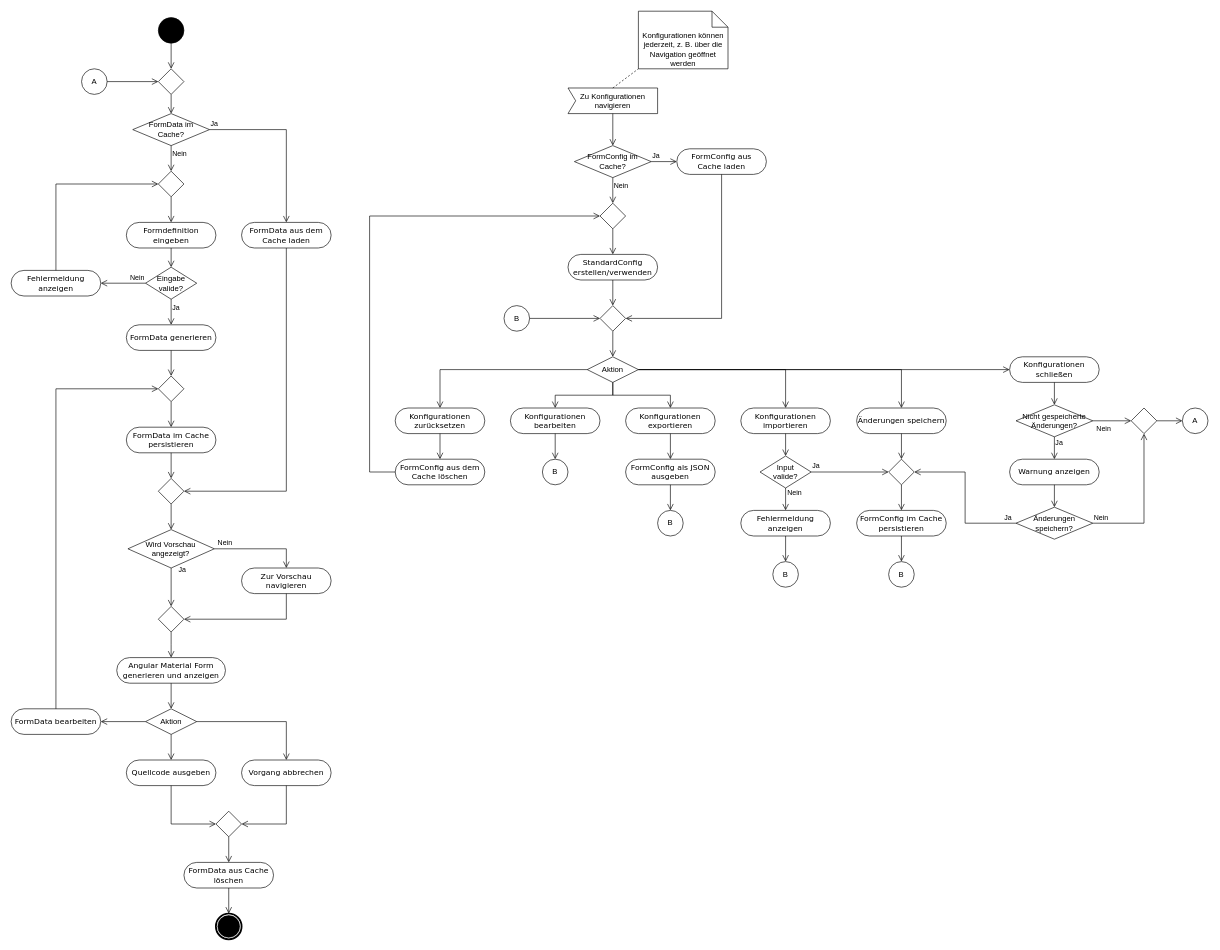
This is resources/Aktivitätsdiagramm.drawio from IfSince/major-project-resources, a draw.io file, before an edit. Source tidied: cells renumbered, new cells numbered last; positions are measured from the earlier drawing's top-left corner, leaving out a move shared by most shapes. Both pictures are drawn from the tidied source at 64%, with x=0, y=0 at pixel (11, 11).
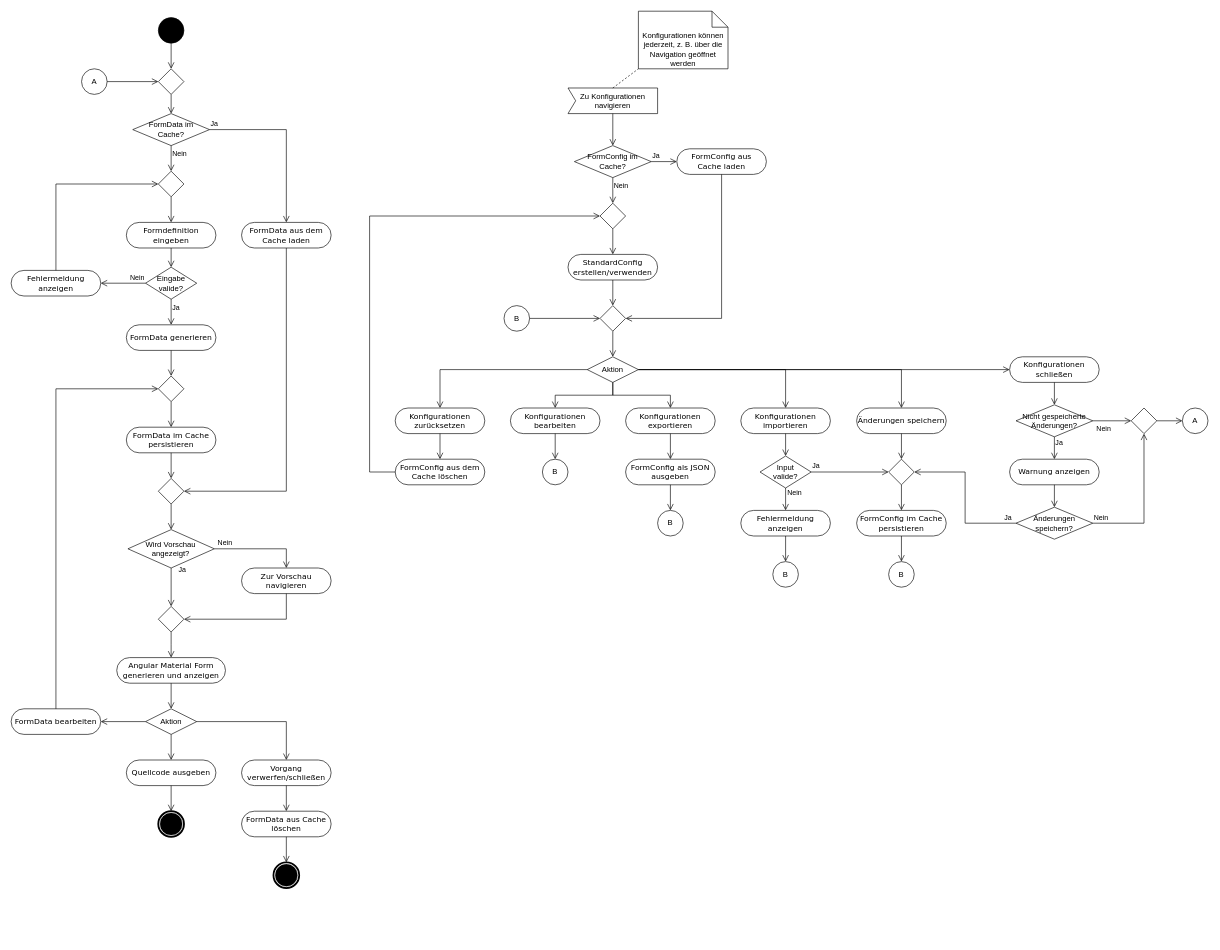
After the change.

The change refers to these unchanged cells:
```xml
<mxCell id="23" value="Quellcode ausgeben" style="rounded=1;whiteSpace=wrap;html=1;shadow=0;comic=0;labelBackgroundColor=none;strokeWidth=1;fontFamily=Verdana;fontSize=12;align=center;arcSize=50;" parent="1" vertex="1">
  <mxGeometry x="179.9" y="1170" width="140" height="40" as="geometry" />
</mxCell>
```

What changed in the source:
```diff
@@
-    <mxCell id="24" value="Vorgang abbrechen" style="rounded=1;whiteSpace=wrap;html=1;shadow=0;comic=0;labelBackgroundColor=none;strokeWidth=1;fontFamily=Verdana;fontSize=12;align=center;arcSize=50;" parent="1" vertex="1">
+    <mxCell id="24" value="Vorgang verwerfen/schließen" style="rounded=1;whiteSpace=wrap;html=1;shadow=0;comic=0;labelBackgroundColor=none;strokeWidth=1;fontFamily=Verdana;fontSize=12;align=center;arcSize=50;" parent="1" vertex="1">
       <mxGeometry x="359.9" y="1170" width="140" height="40" as="geometry" />
     </mxCell>
     <mxCell id="25" value="FormData aus Cache löschen" style="rounded=1;whiteSpace=wrap;html=1;shadow=0;comic=0;labelBackgroundColor=none;strokeWidth=1;fontFamily=Verdana;fontSize=12;align=center;arcSize=50;" parent="1" vertex="1">
-      <mxGeometry x="269.9" y="1330" width="140" height="40" as="geometry" />
+      <mxGeometry x="359.9" y="1250" width="140" height="40" as="geometry" />
     </mxCell>
-    <mxCell id="26" style="edgeStyle=orthogonalEdgeStyle;html=1;align=left;verticalAlign=bottom;endArrow=open;endSize=8;strokeColor=#000000;rounded=0;exitX=0.5;exitY=1;exitDx=0;exitDy=0;entryX=1;entryY=0.5;entryDx=0;entryDy=0;" parent="1" edge="1" source="24" target="44">
+    <mxCell id="26" style="edgeStyle=orthogonalEdgeStyle;html=1;align=left;verticalAlign=bottom;endArrow=open;endSize=8;strokeColor=#000000;rounded=0;exitX=0.5;exitY=1;exitDx=0;exitDy=0;" parent="1" edge="1" source="24" target="25">
       <mxGeometry x="-1" relative="1" as="geometry" />
     </mxCell>
-    <mxCell id="27" style="edgeStyle=orthogonalEdgeStyle;html=1;align=left;verticalAlign=bottom;endArrow=open;endSize=8;strokeColor=#000000;rounded=0;exitX=0.5;exitY=1;exitDx=0;exitDy=0;entryX=0;entryY=0.5;entryDx=0;entryDy=0;" parent="1" edge="1" source="23" target="44">
-      <mxGeometry x="-1" relative="1" as="geometry" />
-    </mxCell>
@@
-    <mxCell id="44" style="rhombus;whiteSpace=wrap;html=1;" parent="1" vertex="1">
-      <mxGeometry x="319.9" y="1250" width="40" height="40" as="geometry" />
-    </mxCell>
     <mxCell id="45" style="shape=mxgraph.bpmn.shape;html=1;verticalLabelPosition=bottom;labelBackgroundColor=#ffffff;verticalAlign=top;perimeter=ellipsePerimeter;outline=end;symbol=terminate;rounded=0;shadow=0;comic=0;strokeWidth=1;fontFamily=Verdana;fontSize=12;align=center;" parent="1" vertex="1">
-      <mxGeometry x="319.9" y="1410" width="40" height="40" as="geometry" />
+      <mxGeometry x="409.9" y="1330" width="40" height="40" as="geometry" />
     </mxCell>
-    <mxCell id="46" style="edgeStyle=orthogonalEdgeStyle;html=1;align=left;verticalAlign=bottom;endArrow=open;endSize=8;strokeColor=#000000;rounded=0;exitX=0.5;exitY=1;exitDx=0;exitDy=0;entryX=0.5;entryY=0;entryDx=0;entryDy=0;" parent="1" edge="1" source="44" target="25">
-      <mxGeometry x="-1" relative="1" as="geometry" />
-    </mxCell>
@@
+    <mxCell id="118" style="shape=mxgraph.bpmn.shape;html=1;verticalLabelPosition=bottom;labelBackgroundColor=#ffffff;verticalAlign=top;perimeter=ellipsePerimeter;outline=end;symbol=terminate;rounded=0;shadow=0;comic=0;strokeWidth=1;fontFamily=Verdana;fontSize=12;align=center;" parent="1" vertex="1">
+      <mxGeometry x="229.9" y="1250" width="40" height="40" as="geometry" />
+    </mxCell>
+    <mxCell id="119" style="edgeStyle=orthogonalEdgeStyle;html=1;align=left;verticalAlign=bottom;endArrow=open;endSize=8;strokeColor=#000000;rounded=0;" parent="1" edge="1" source="23" target="118">
+      <mxGeometry x="-1" relative="1" as="geometry" />
+    </mxCell>
```
